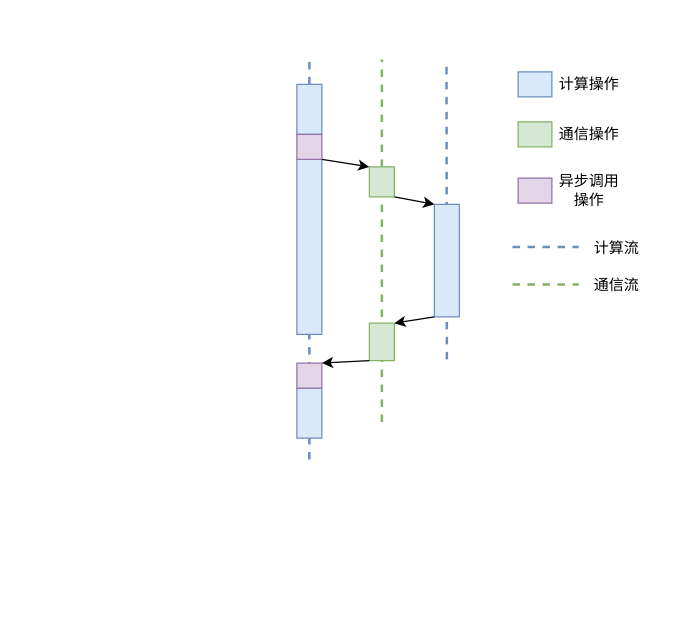
This is assets/异步通信计算.drawio from ShizhongP/dl-notes, a draw.io file, before an edit. Source tidied: cells renumbered, new cells numbered last; positions are measured from the earlier drawing's top-left corner, leaving out a move shared by most shapes. Both pictures are drawn from the tidied source at 125%, with x=0, y=0 at pixel (296, 59).
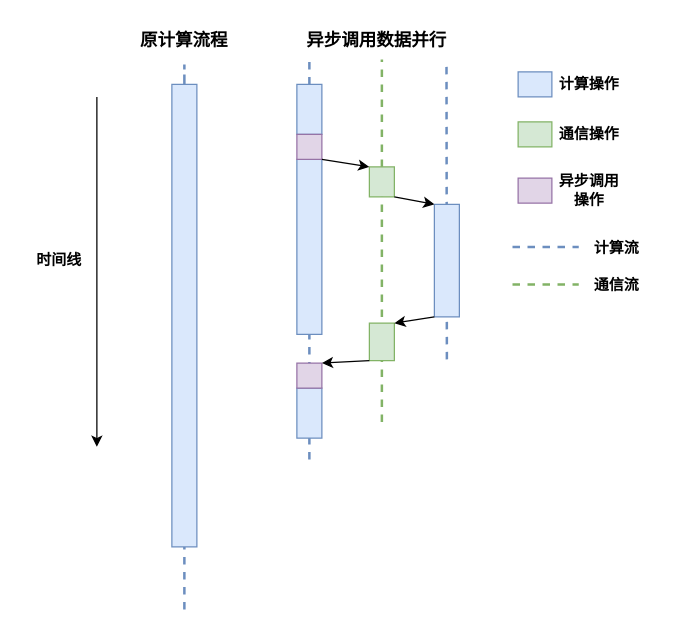
Above is the later version.

Commit message:
更新异步通信计算.drawio

What changed in the source:
```diff
@@
-    <mxCell id="12" style="rounded=0;whiteSpace=wrap;html=1;fillColor=#dae8fc;strokeColor=#6c8ebf;" parent="1" vertex="1">
+    <mxCell id="12" style="rounded=0;whiteSpace=wrap;html=1;fillColor=#dae8fc;strokeColor=#6c8ebf;fontStyle=1;" parent="1" vertex="1">
       <mxGeometry x="177" y="10" width="27" height="20" as="geometry" />
     </mxCell>
-    <mxCell id="13" value="计算操作" style="text;html=1;align=center;verticalAlign=middle;whiteSpace=wrap;rounded=0;" parent="1" vertex="1">
+    <mxCell id="13" value="计算操作" style="text;html=1;align=center;verticalAlign=middle;whiteSpace=wrap;rounded=0;fontStyle=1;" parent="1" vertex="1">
       <mxGeometry x="204" y="5" width="60" height="30" as="geometry" />
     </mxCell>
-    <mxCell id="14" style="rounded=0;whiteSpace=wrap;html=1;fillColor=#d5e8d4;strokeColor=#82b366;" parent="1" vertex="1">
+    <mxCell id="14" style="rounded=0;whiteSpace=wrap;html=1;fillColor=#d5e8d4;strokeColor=#82b366;fontStyle=1;" parent="1" vertex="1">
       <mxGeometry x="177" y="50" width="27" height="20" as="geometry" />
     </mxCell>
-    <mxCell id="15" value="通信操作" style="text;html=1;align=center;verticalAlign=middle;whiteSpace=wrap;rounded=0;" parent="1" vertex="1">
+    <mxCell id="15" value="通信操作" style="text;html=1;align=center;verticalAlign=middle;whiteSpace=wrap;rounded=0;fontStyle=1;" parent="1" vertex="1">
       <mxGeometry x="204" y="45" width="60" height="30" as="geometry" />
     </mxCell>
@@
-    <mxCell id="17" style="rounded=0;whiteSpace=wrap;html=1;fillColor=#e1d5e7;strokeColor=#9673a6;" parent="1" vertex="1">
+    <mxCell id="17" style="rounded=0;whiteSpace=wrap;html=1;fillColor=#e1d5e7;strokeColor=#9673a6;fontStyle=1;" parent="1" vertex="1">
       <mxGeometry x="177" y="95" width="27" height="20" as="geometry" />
     </mxCell>
-    <mxCell id="18" value="异步调用操作" style="text;html=1;align=center;verticalAlign=middle;whiteSpace=wrap;rounded=0;" parent="1" vertex="1">
+    <mxCell id="18" value="异步调用操作" style="text;html=1;align=center;verticalAlign=middle;whiteSpace=wrap;rounded=0;fontStyle=1;" parent="1" vertex="1">
       <mxGeometry x="204" y="90" width="60" height="30" as="geometry" />
     </mxCell>
-    <mxCell id="19" style="endArrow=none;dashed=1;html=1;rounded=0;fillColor=#dae8fc;strokeColor=#6c8ebf;strokeWidth=2;" parent="1" edge="1">
+    <mxCell id="19" style="endArrow=none;dashed=1;html=1;rounded=0;fillColor=#dae8fc;strokeColor=#6c8ebf;strokeWidth=2;fontStyle=1;" parent="1" edge="1">
       <mxGeometry relative="1" as="geometry">
         <mxPoint x="172.5" y="150" as="sourcePoint" />
         <mxPoint x="225.5" y="150" as="targetPoint" />
       </mxGeometry>
     </mxCell>
-    <mxCell id="20" value="计算流" style="text;html=1;align=center;verticalAlign=middle;whiteSpace=wrap;rounded=0;" parent="1" vertex="1">
+    <mxCell id="20" value="计算流" style="text;html=1;align=center;verticalAlign=middle;whiteSpace=wrap;rounded=0;fontStyle=1;" parent="1" vertex="1">
       <mxGeometry x="226" y="136" width="60" height="30" as="geometry" />
     </mxCell>
-    <mxCell id="21" style="endArrow=none;dashed=1;html=1;rounded=0;fillColor=#d5e8d4;strokeColor=#82b366;strokeWidth=2;" parent="1" edge="1">
+    <mxCell id="21" style="endArrow=none;dashed=1;html=1;rounded=0;fillColor=#d5e8d4;strokeColor=#82b366;strokeWidth=2;fontStyle=1;" parent="1" edge="1">
       <mxGeometry relative="1" as="geometry">
         <mxPoint x="172.5" y="180" as="sourcePoint" />
         <mxPoint x="225.5" y="180" as="targetPoint" />
       </mxGeometry>
     </mxCell>
-    <mxCell id="22" value="通信流" style="text;html=1;align=center;verticalAlign=middle;whiteSpace=wrap;rounded=0;" parent="1" vertex="1">
+    <mxCell id="22" value="通信流" style="text;html=1;align=center;verticalAlign=middle;whiteSpace=wrap;rounded=0;fontStyle=1;" parent="1" vertex="1">
       <mxGeometry x="226" y="166" width="60" height="30" as="geometry" />
     </mxCell>
@@
+    <mxCell id="27" style="endArrow=none;dashed=1;html=1;rounded=0;fillColor=#dae8fc;strokeColor=#6c8ebf;strokeWidth=2;" parent="1" edge="1" source="29">
+      <mxGeometry relative="1" as="geometry">
+        <mxPoint x="-90" y="14" as="targetPoint" />
+        <Array as="points">
+          <mxPoint x="-90" y="4" />
+        </Array>
+      </mxGeometry>
+    </mxCell>
+    <mxCell id="28" style="endArrow=none;dashed=1;html=1;rounded=0;fillColor=#dae8fc;strokeColor=#6c8ebf;strokeWidth=2;" parent="1" edge="1" target="29">
+      <mxGeometry relative="1" as="geometry">
+        <mxPoint x="-90" y="440" as="sourcePoint" />
+      </mxGeometry>
+    </mxCell>
+    <mxCell id="29" style="rounded=0;whiteSpace=wrap;html=1;fillColor=#dae8fc;strokeColor=#6c8ebf;" parent="1" vertex="1">
+      <mxGeometry x="-100" y="20" width="20" height="370" as="geometry" />
+    </mxCell>
+    <mxCell id="30" value="&lt;font style=&quot;font-size: 14px;&quot;&gt;&lt;b&gt;原计算流程&lt;/b&gt;&lt;/font&gt;" style="text;html=1;align=center;verticalAlign=middle;whiteSpace=wrap;rounded=0;" parent="1" vertex="1">
+      <mxGeometry x="-140" y="-30" width="100" height="30" as="geometry" />
+    </mxCell>
+    <mxCell id="31" value="&lt;font style=&quot;font-size: 14px;&quot;&gt;&lt;b&gt;异步调用数据并行&lt;/b&gt;&lt;/font&gt;" style="text;html=1;align=center;verticalAlign=middle;whiteSpace=wrap;rounded=0;" parent="1" vertex="1">
+      <mxGeometry x="-2" y="-30" width="132" height="30" as="geometry" />
+    </mxCell>
+    <mxCell id="32" style="endArrow=classic;html=1;rounded=0;" parent="1" edge="1">
+      <mxGeometry relative="1" as="geometry">
+        <mxPoint x="-160" y="30" as="sourcePoint" />
+        <mxPoint x="-160" y="310" as="targetPoint" />
+      </mxGeometry>
+    </mxCell>
+    <mxCell id="33" value="&lt;b&gt;时间线&lt;/b&gt;" style="text;html=1;align=center;verticalAlign=middle;whiteSpace=wrap;rounded=0;" parent="1" vertex="1">
+      <mxGeometry x="-220" y="146" width="60" height="30" as="geometry" />
+    </mxCell>
```
